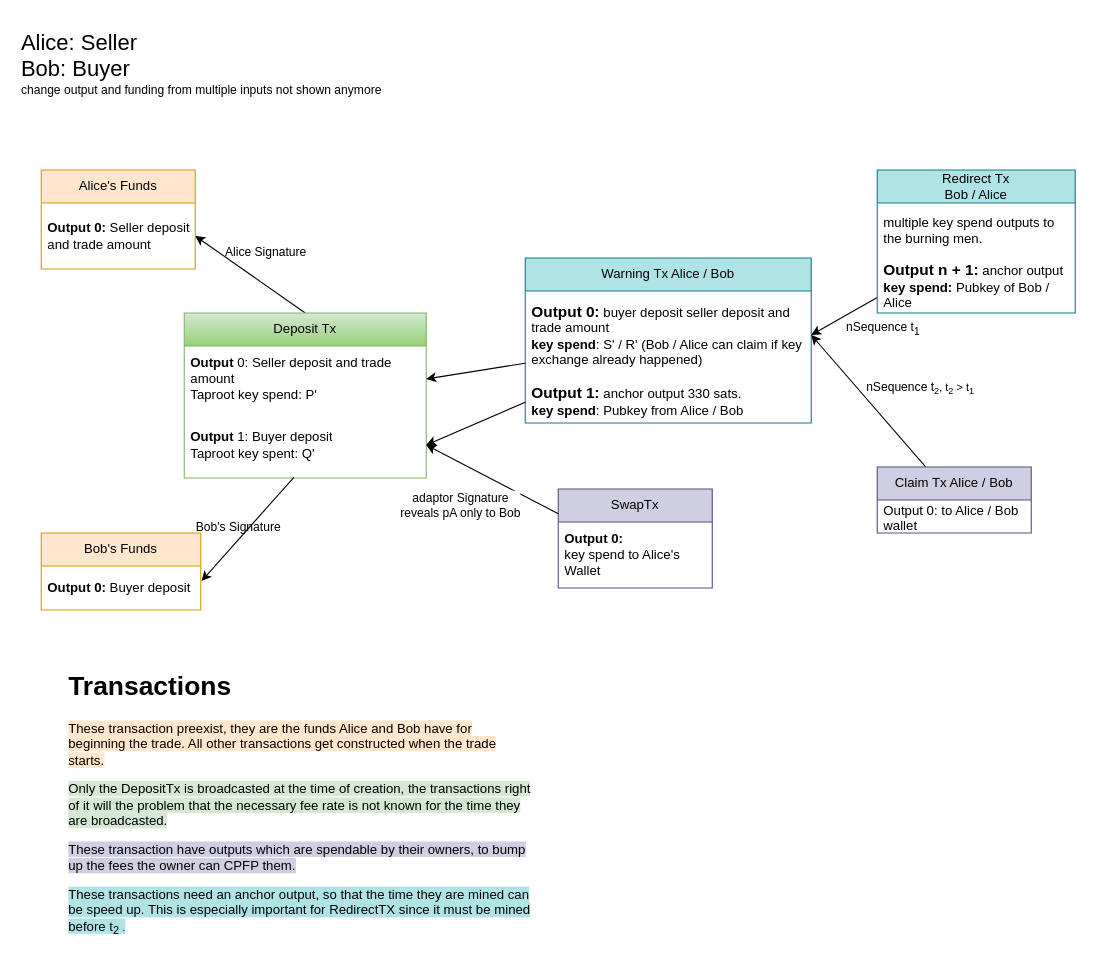
The draw.io diagram concept/STx5.drawio in namloan/bisq-musig, before the edit. Source tidied: cells renumbered, new cells numbered last; positions are measured from the earlier drawing's top-left corner, leaving out a move shared by most shapes. Both pictures are drawn from the tidied source at 110%, with x=0, y=0 at pixel (19, 19).
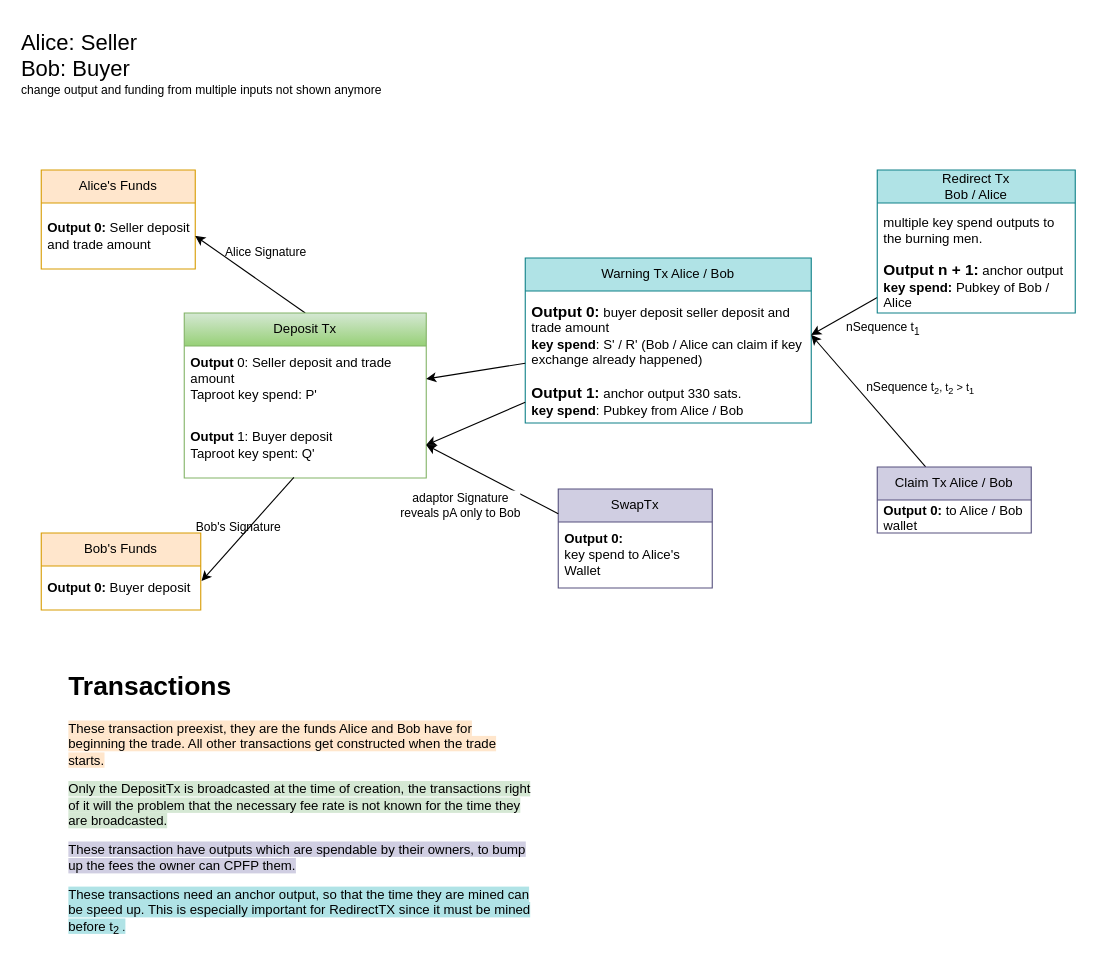
The same page after the edit.

The change refers to these unchanged cells:
```xml
<mxCell id="30" value="Claim Tx Alice / Bob" style="swimlane;fontStyle=0;horizontal=1;startSize=30;whiteSpace=wrap;html=1;fillColor=#d0cee2;strokeColor=#56517e;" parent="1" vertex="1">
  <mxGeometry x="780" y="407" width="140" height="60" as="geometry" />
</mxCell>
```

Change to the diagram source:
```diff
@@
-    <mxCell id="31" value="Output 0: to Alice / Bob wallet" style="text;strokeColor=none;fillColor=none;align=left;verticalAlign=middle;spacingLeft=4;spacingRight=4;overflow=hidden;whiteSpace=wrap;html=1;" parent="30" vertex="1">
+    <mxCell id="31" value="&lt;b&gt;Output 0:&lt;/b&gt; to Alice / Bob wallet" style="text;strokeColor=none;fillColor=none;align=left;verticalAlign=middle;spacingLeft=4;spacingRight=4;overflow=hidden;whiteSpace=wrap;html=1;" parent="30" vertex="1">
       <mxGeometry y="30" width="140" height="30" as="geometry" />
     </mxCell>
```
